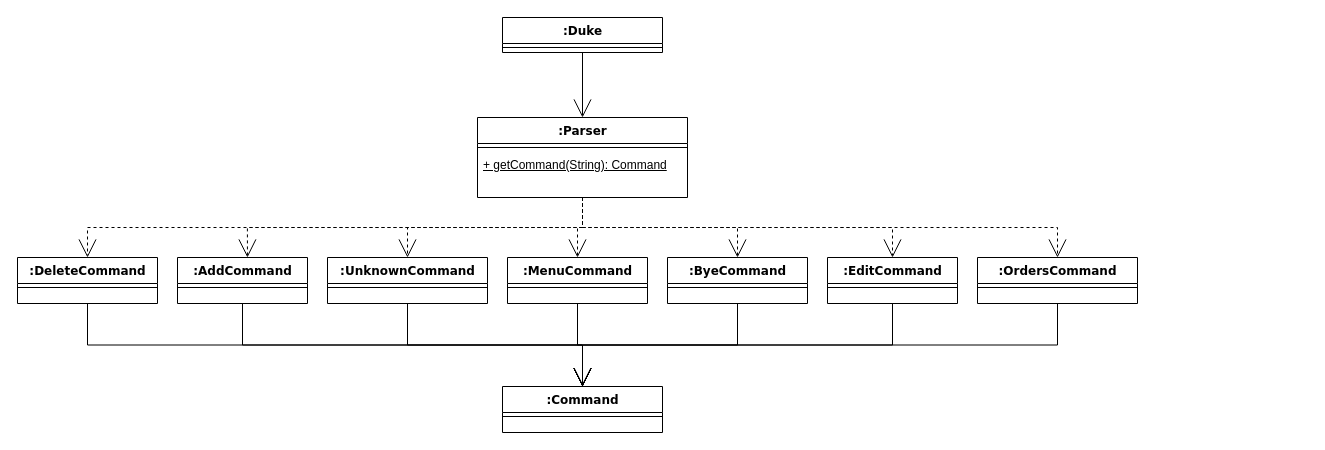
This is page "Page-1" (1 of 2) of UMLdiagrams/ParserDiagrams/ParserClassDiag.drawio from thaddyyz/tp, a draw.io file, before an edit. Source tidied: cells renumbered, new cells numbered last; positions are measured from the earlier drawing's top-left corner, leaving out a move shared by most shapes. Both pictures are drawn from the tidied source at 100%, with x=0, y=0 at pixel (17, 17).
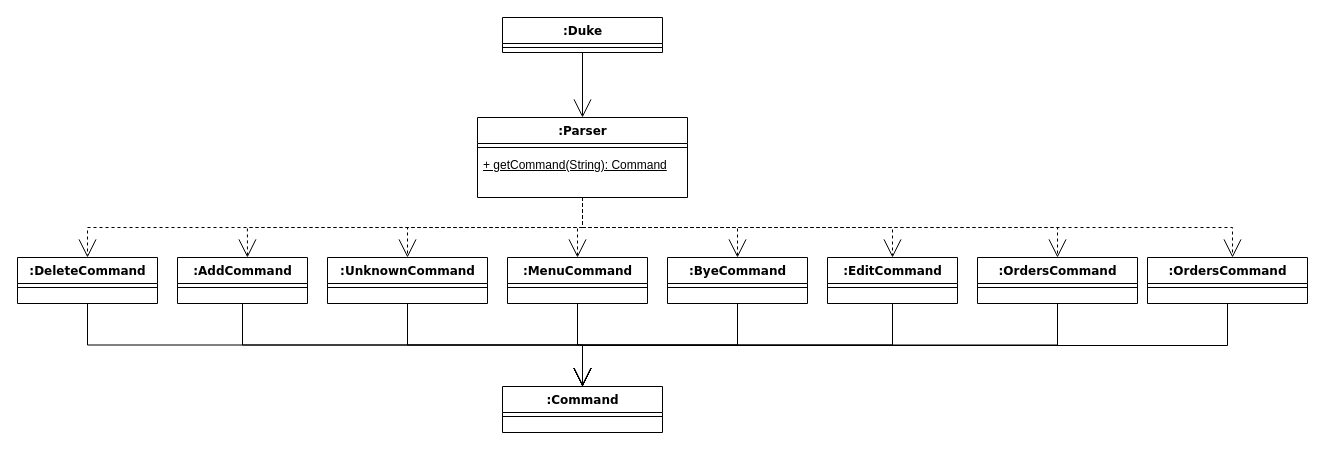
The same page after the edit.

Commit message (it also covers changes not shown here):
Edit Diagrams for Find Class

Unchanged cells that the change refers to:
```xml
<mxCell id="2" value=":Parser" style="swimlane;html=1;fontStyle=1;align=center;verticalAlign=top;horizontal=1;startSize=26;swimlaneFillColor=#ffffff;rounded=0;shadow=0;comic=0;labelBackgroundColor=none;strokeWidth=1;fillColor=none;fontFamily=Verdana;fontSize=12;" parent="1" vertex="1">
  <mxGeometry x="460" y="100" width="210" height="80" as="geometry" />
</mxCell>
<mxCell id="22" value=":Command" style="swimlane;html=1;fontStyle=1;align=center;verticalAlign=top;horizontal=1;startSize=26;swimlaneFillColor=#ffffff;rounded=0;shadow=0;comic=0;labelBackgroundColor=none;strokeWidth=1;fillColor=none;fontFamily=Verdana;fontSize=12;" parent="1" vertex="1">
  <mxGeometry x="485" y="369" width="160" height="46" as="geometry" />
</mxCell>
```

The edit, as a diff of the source:
```diff
@@
+    <mxCell id="38" value=":OrdersCommand" style="swimlane;html=1;fontStyle=1;align=center;verticalAlign=top;horizontal=1;startSize=26;swimlaneFillColor=#ffffff;rounded=0;shadow=0;comic=0;labelBackgroundColor=none;strokeWidth=1;fillColor=none;fontFamily=Verdana;fontSize=12;" parent="1" vertex="1">
+      <mxGeometry x="1130" y="240" width="160" height="46" as="geometry" />
+    </mxCell>
+    <mxCell id="39" style="line;html=1;strokeWidth=1;fillColor=none;align=left;verticalAlign=middle;spacingTop=-1;spacingLeft=3;spacingRight=3;labelPosition=right;" parent="38" vertex="1">
+      <mxGeometry y="26" width="160" height="8" as="geometry" />
+    </mxCell>
+    <mxCell id="40" style="edgeStyle=orthogonalEdgeStyle;rounded=0;html=1;dashed=1;labelBackgroundColor=none;startArrow=none;startFill=0;startSize=8;endArrow=open;endFill=0;endSize=16;fontFamily=Verdana;fontSize=12;entryX=0.5;entryY=0;entryDx=0;entryDy=0;exitX=0.5;exitY=1;exitDx=0;exitDy=0;" parent="1" edge="1" source="2">
+      <mxGeometry relative="1" as="geometry">
+        <mxPoint x="1215" y="240" as="targetPoint" />
+        <Array as="points">
+          <mxPoint x="565" y="210" />
+          <mxPoint x="1215" y="210" />
+        </Array>
+      </mxGeometry>
+    </mxCell>
+    <mxCell id="41" style="edgeStyle=orthogonalEdgeStyle;rounded=0;html=1;labelBackgroundColor=none;startArrow=none;startFill=0;startSize=8;endArrow=open;endFill=0;endSize=16;fontFamily=Verdana;fontSize=12;entryX=0.5;entryY=0;entryDx=0;entryDy=0;exitX=0.5;exitY=1;exitDx=0;exitDy=0;" parent="1" edge="1" source="38" target="22">
+      <mxGeometry relative="1" as="geometry">
+        <Array as="points">
+          <mxPoint x="1210" y="328" />
+          <mxPoint x="565" y="328" />
+        </Array>
+      </mxGeometry>
+    </mxCell>
```
